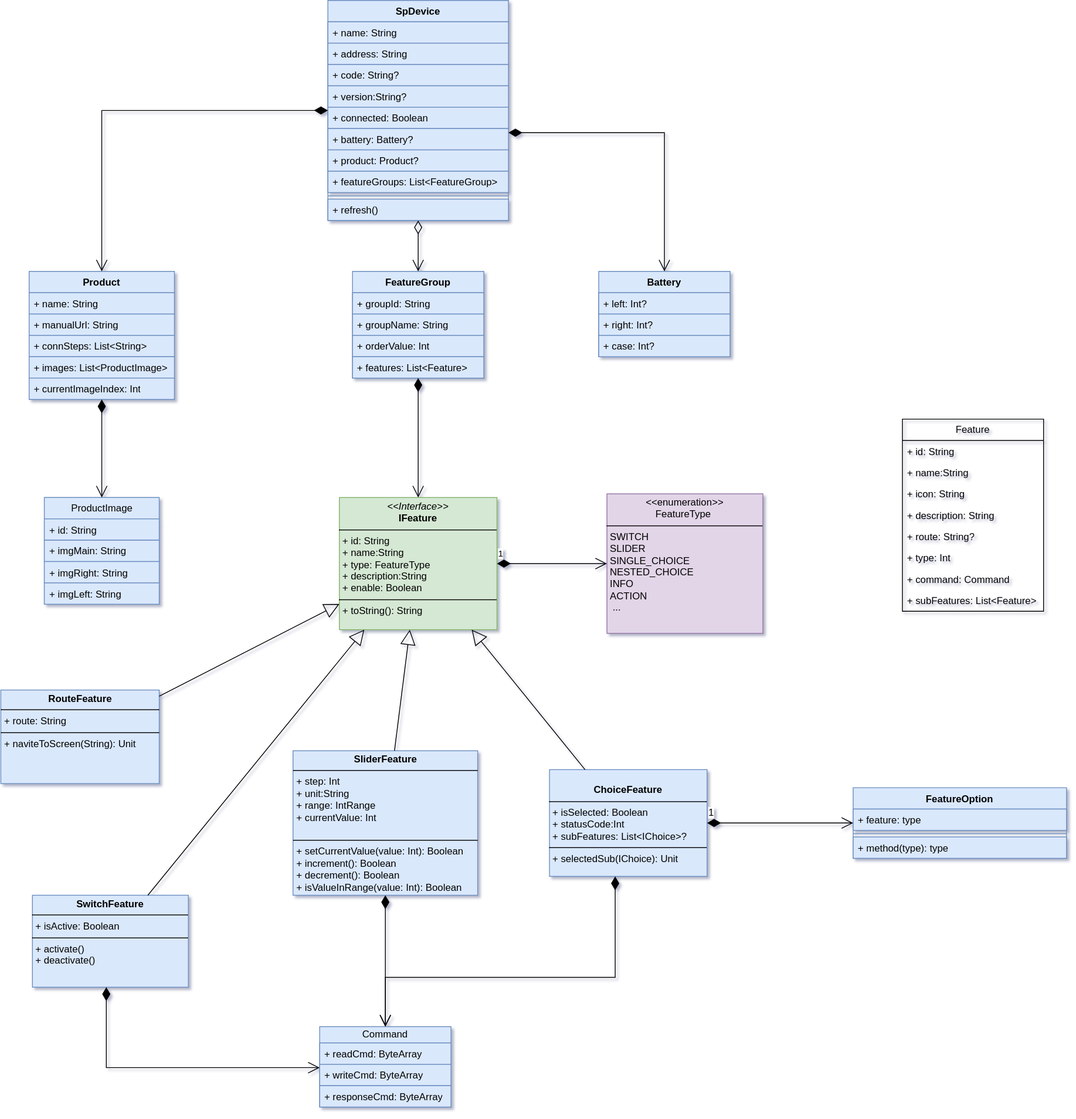
Above: sp-device.drawio.svg in kekemao00/draw-libs (draw.io), before the change. Source tidied: cells renumbered, new cells last; positions are measured from the earlier drawing's top-left corner, leaving out a move shared by most shapes.
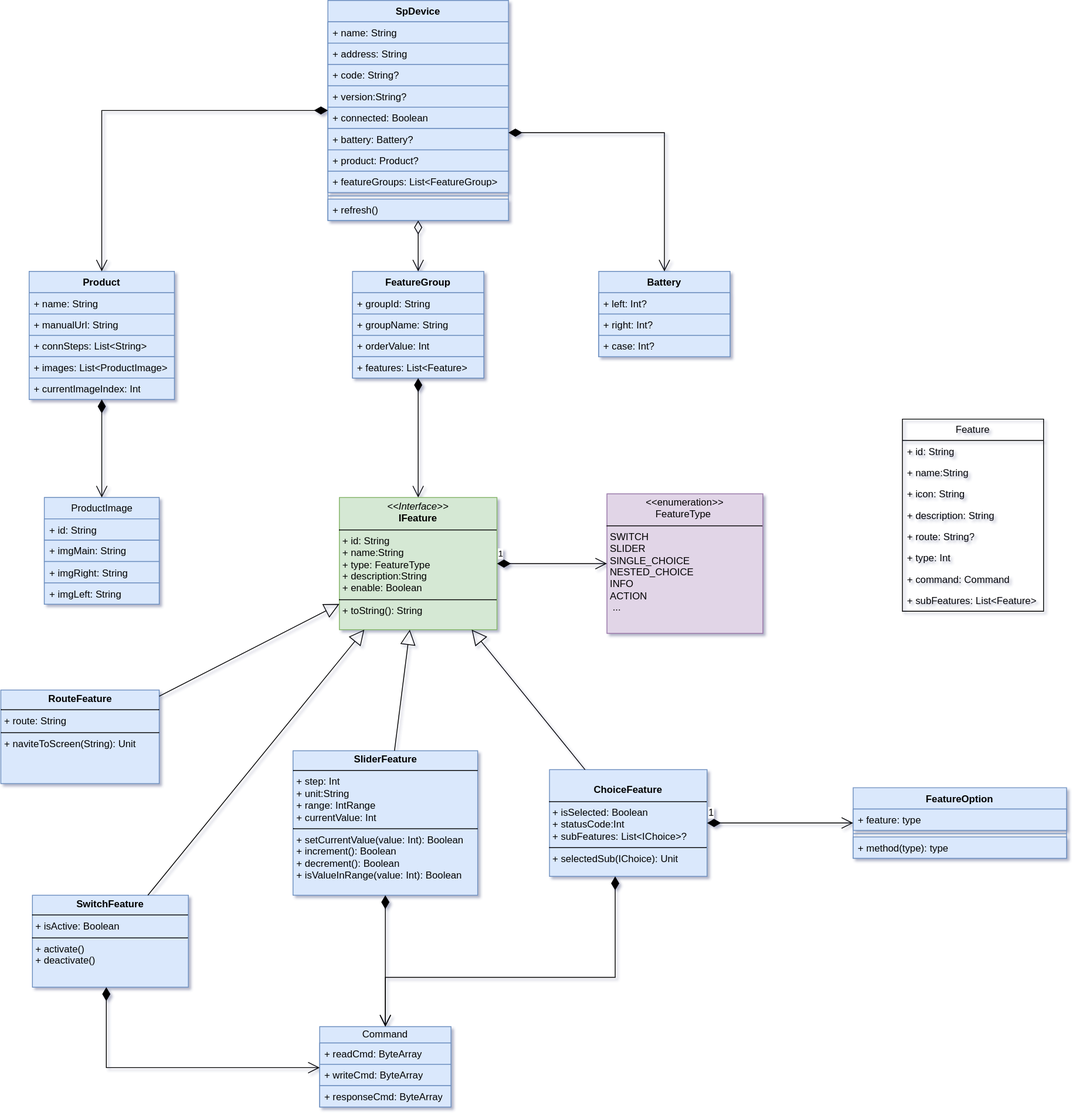
Above is the later version.

The edit, as a diff of the source:
```diff
@@ -146,7 +146,7 @@
     <mxCell id="49" value="&lt;p style=&quot;margin:0px;margin-top:4px;text-align:center;&quot;&gt;&lt;b&gt;SwitchFeature&lt;/b&gt;&lt;/p&gt;&lt;hr size=&quot;1&quot; style=&quot;border-style:solid;&quot;&gt;&lt;p style=&quot;margin:0px;margin-left:4px;&quot;&gt;+ isActive: Boolean&lt;br&gt;&lt;/p&gt;&lt;hr size=&quot;1&quot; style=&quot;border-style:solid;&quot;&gt;&lt;p style=&quot;margin:0px;margin-left:4px;&quot;&gt;+ activate()&lt;br&gt;+ deactivate()&lt;/p&gt;" style="verticalAlign=top;align=left;overflow=fill;html=1;whiteSpace=wrap;fillColor=#dae8fc;strokeColor=#6c8ebf;" parent="1" vertex="1">
       <mxGeometry x="38" y="1090" width="190" height="112" as="geometry" />
     </mxCell>
-    <mxCell id="50" value="&lt;p style=&quot;margin:0px;margin-top:4px;text-align:center;&quot;&gt;&lt;b&gt;SliderFeature&lt;/b&gt;&lt;/p&gt;&lt;hr size=&quot;1&quot; style=&quot;border-style:solid;&quot;&gt;&lt;p style=&quot;margin:0px;margin-left:4px;&quot;&gt;+&amp;nbsp;step: Int&lt;br&gt;+ unit:String&lt;br&gt;+ range: IntRange&lt;br&gt;+&amp;nbsp;currentValue: Int&lt;br&gt;&lt;br&gt;&lt;/p&gt;&lt;hr size=&quot;1&quot; style=&quot;border-style:solid;&quot;&gt;&lt;p style=&quot;margin:0px;margin-left:4px;&quot;&gt;+ setCurrentValue(value: Int): Boolean&lt;/p&gt;&lt;p style=&quot;margin:0px;margin-left:4px;&quot;&gt;+ increment(): Boolean&lt;/p&gt;&lt;p style=&quot;margin:0px;margin-left:4px;&quot;&gt;+ decrement(): Boolean&lt;/p&gt;&lt;p style=&quot;margin:0px;margin-left:4px;&quot;&gt;+ isValueInRange(value: Int): Boolean&lt;/p&gt;" style="verticalAlign=top;align=left;overflow=fill;html=1;whiteSpace=wrap;fillColor=#dae8fc;strokeColor=#6c8ebf;" parent="1" vertex="1">
+    <mxCell id="50" value="&lt;p style=&quot;margin:0px;margin-top:4px;text-align:center;&quot;&gt;&lt;b&gt;SliderFeature&lt;/b&gt;&lt;/p&gt;&lt;hr size=&quot;1&quot; style=&quot;border-style:solid;&quot;&gt;&lt;p style=&quot;margin:0px;margin-left:4px;&quot;&gt;+&amp;nbsp;step: Int&lt;br&gt;+ unit:String&lt;br&gt;+ range: IntRange&lt;br&gt;+&amp;nbsp;currentValue: Int&lt;br&gt;&lt;/p&gt;&lt;hr size=&quot;1&quot; style=&quot;border-style:solid;&quot;&gt;&lt;p style=&quot;margin:0px;margin-left:4px;&quot;&gt;+ setCurrentValue(value: Int): Boolean&lt;/p&gt;&lt;p style=&quot;margin:0px;margin-left:4px;&quot;&gt;+ increment(): Boolean&lt;/p&gt;&lt;p style=&quot;margin:0px;margin-left:4px;&quot;&gt;+ decrement(): Boolean&lt;/p&gt;&lt;p style=&quot;margin:0px;margin-left:4px;&quot;&gt;+ isValueInRange(value: Int): Boolean&lt;/p&gt;" style="verticalAlign=top;align=left;overflow=fill;html=1;whiteSpace=wrap;fillColor=#dae8fc;strokeColor=#6c8ebf;" parent="1" vertex="1">
       <mxGeometry x="355.5" y="914" width="225" height="176" as="geometry" />
     </mxCell>
     <mxCell id="51" style="endArrow=open;html=1;endSize=12;startArrow=diamondThin;startSize=14;startFill=1;edgeStyle=orthogonalEdgeStyle;align=left;verticalAlign=bottom;rounded=0;" parent="1" edge="1" source="2" target="13">
```
